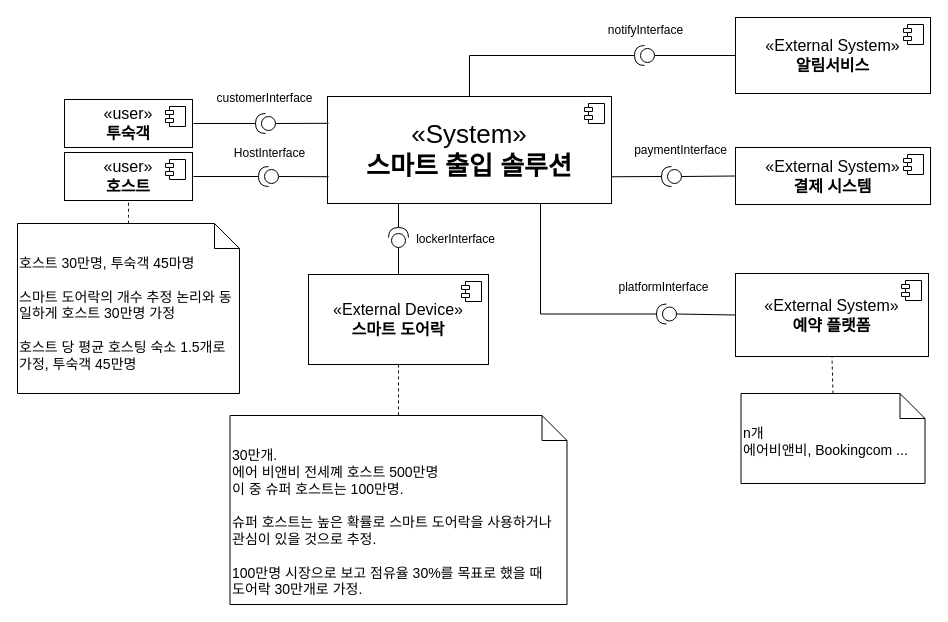
GeniusHoon/barokey keeps this draw.io diagram as SystemContext.drawio. Above is the earlier version. Source tidied: cells renumbered, new cells numbered last; positions are measured from the earlier drawing's top-left corner, leaving out a move shared by most shapes. Both pictures are drawn from the tidied source at 100%, with x=0, y=0 at pixel (17, 17).
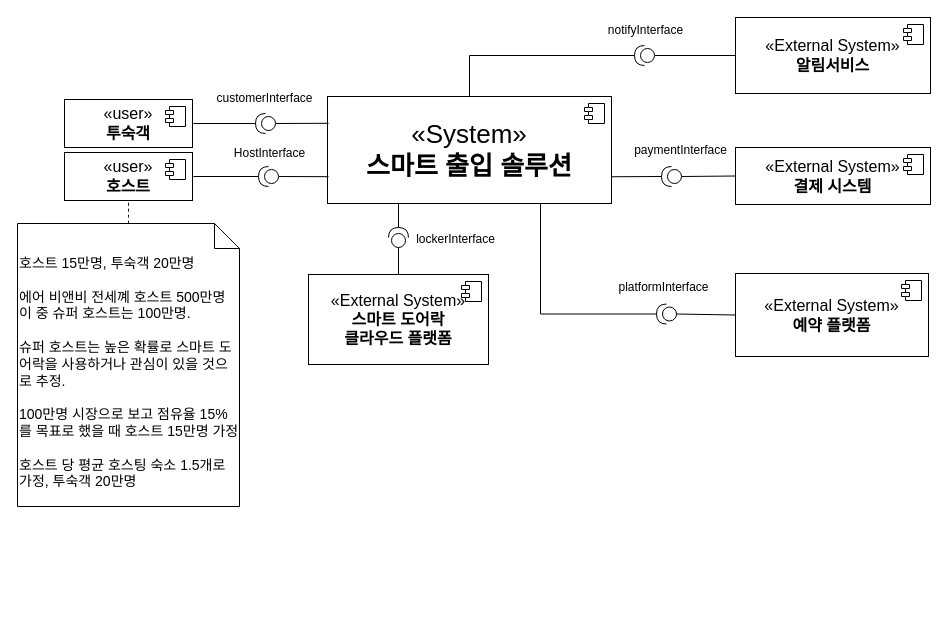
The same page after the edit.

Unchanged cells that the change refers to:
```xml
<mxCell id="14" value="«External System»&lt;br&gt;&lt;b&gt;예약 플랫폼&lt;/b&gt;" style="html=1;whiteSpace=wrap;fontSize=16;" parent="1" vertex="1">
  <mxGeometry x="718" y="256" width="193" height="83" as="geometry" />
</mxCell>
```

Diff of the diagram source:
```diff
@@
-    <mxCell id="4" value="«External Device»&lt;br&gt;&lt;b&gt;스마트 도어락&lt;/b&gt;" style="html=1;whiteSpace=wrap;fontSize=16;" parent="1" vertex="1">
+    <mxCell id="4" value="«External System»&lt;br&gt;&lt;b&gt;스마트 도어락&lt;/b&gt;&lt;div&gt;&lt;b&gt;클라우드 플랫폼&lt;/b&gt;&lt;/div&gt;" style="html=1;whiteSpace=wrap;fontSize=16;" parent="1" vertex="1">
       <mxGeometry x="291" y="257" width="180" height="90" as="geometry" />
     </mxCell>
@@
-    <mxCell id="41" value="&lt;div&gt;&lt;span style=&quot;font-size: 14px;&quot;&gt;호스트 30만명, 투숙객 45마명&lt;/span&gt;&lt;/div&gt;&lt;span style=&quot;font-size: 14px;&quot;&gt;&lt;div&gt;&lt;span style=&quot;font-size: 14px;&quot;&gt;&lt;br&gt;&lt;/span&gt;&lt;/div&gt;스마트 도어락의 개수 추정 논리와 동일하게 호스트 30만명 가정&lt;/span&gt;&lt;div&gt;&lt;span style=&quot;font-size: 14px;&quot;&gt;&lt;br&gt;&lt;/span&gt;&lt;/div&gt;&lt;div&gt;&lt;span style=&quot;font-size: 14px;&quot;&gt;호스트 당 평균 호스팅 숙소 1.5개로 가정, 투숙객 45만명&lt;/span&gt;&lt;/div&gt;" style="shape=note2;boundedLbl=1;html=1;size=25;verticalAlign=top;align=left;spacing=2;whiteSpace=wrap;spacingBottom=0;fontSize=12;" parent="1" vertex="1">
-      <mxGeometry y="206" width="222" height="170" as="geometry" />
+    <mxCell id="41" value="&lt;div&gt;&lt;span style=&quot;font-size: 14px;&quot;&gt;호스트 15만명, 투숙객 20만명&lt;/span&gt;&lt;/div&gt;&lt;span style=&quot;font-size: 14px;&quot;&gt;&lt;div&gt;&lt;span style=&quot;font-size: 14px;&quot;&gt;&lt;br&gt;&lt;/span&gt;&lt;/div&gt;&lt;div&gt;&lt;div style=&quot;font-size: 12px;&quot;&gt;&lt;span style=&quot;font-size: 14px; background-color: transparent; color: light-dark(rgb(0, 0, 0), rgb(255, 255, 255));&quot;&gt;에어 비앤비 전세꼐 호스트 500만명&lt;/span&gt;&lt;/div&gt;&lt;div style=&quot;font-size: 12px;&quot;&gt;&lt;font style=&quot;font-size: 14px;&quot;&gt;이 중 슈퍼 호스트는 100만명.&lt;/font&gt;&lt;/div&gt;&lt;div style=&quot;font-size: 12px;&quot;&gt;&lt;font style=&quot;font-size: 14px;&quot;&gt;&lt;br&gt;&lt;/font&gt;&lt;/div&gt;&lt;div style=&quot;font-size: 12px;&quot;&gt;&lt;font style=&quot;font-size: 14px;&quot;&gt;슈퍼 호스트는 높은 확률로 스마트 도어락을 사용하거나 관심이 있을 것으로 추정.&lt;/font&gt;&lt;/div&gt;&lt;div style=&quot;font-size: 12px;&quot;&gt;&lt;font style=&quot;font-size: 14px;&quot;&gt;&lt;br&gt;&lt;/font&gt;&lt;/div&gt;&lt;div style=&quot;font-size: 12px;&quot;&gt;&lt;font style=&quot;font-size: 14px;&quot;&gt;100만명 시장으로 보고 점유율 15%를 목표로 했을 때&amp;nbsp;&lt;/font&gt;&lt;span style=&quot;background-color: transparent; color: light-dark(rgb(0, 0, 0), rgb(255, 255, 255)); font-size: 14px;&quot;&gt;호스트 15만명 가정&lt;/span&gt;&lt;/div&gt;&lt;/div&gt;&lt;/span&gt;&lt;div&gt;&lt;span style=&quot;font-size: 14px;&quot;&gt;&lt;br&gt;&lt;/span&gt;&lt;/div&gt;&lt;div&gt;&lt;span style=&quot;font-size: 14px;&quot;&gt;호스트 당 평균 호스팅 숙소 1.5개로 가정, 투숙객 20만명&lt;/span&gt;&lt;/div&gt;" style="shape=note2;boundedLbl=1;html=1;size=25;verticalAlign=top;align=left;spacing=2;whiteSpace=wrap;spacingBottom=0;fontSize=12;" parent="1" vertex="1">
+      <mxGeometry y="206" width="222" height="283" as="geometry" />
     </mxCell>
-    <mxCell id="42" value="&lt;div&gt;&lt;font style=&quot;font-size: 14px;&quot;&gt;30만개.&lt;/font&gt;&lt;/div&gt;&lt;font style=&quot;font-size: 14px;&quot;&gt;에어 비앤비 전세꼐 호스트 500만명&lt;/font&gt;&lt;div&gt;&lt;font style=&quot;font-size: 14px;&quot;&gt;이 중 슈퍼 호스트는 100만명.&lt;/font&gt;&lt;/div&gt;&lt;div&gt;&lt;font style=&quot;font-size: 14px;&quot;&gt;&lt;br&gt;&lt;/font&gt;&lt;/div&gt;&lt;div&gt;&lt;font style=&quot;font-size: 14px;&quot;&gt;슈퍼 호스트는 높은 확률로 스마트 도어락을 사용하거나 관심이 있을 것으로 추정.&lt;/font&gt;&lt;/div&gt;&lt;div&gt;&lt;font style=&quot;font-size: 14px;&quot;&gt;&lt;br&gt;&lt;/font&gt;&lt;/div&gt;&lt;div&gt;&lt;font style=&quot;font-size: 14px;&quot;&gt;100만명 시장으로 보고 점유율 30%를 목표로 했을 때&lt;/font&gt;&lt;/div&gt;&lt;div&gt;&lt;font style=&quot;font-size: 14px;&quot;&gt;도어락 30만개로 가정.&lt;/font&gt;&lt;/div&gt;" style="shape=note2;boundedLbl=1;html=1;size=25;verticalAlign=top;align=left;spacing=2;whiteSpace=wrap;spacingBottom=0;fontSize=12;" parent="1" vertex="1">
-      <mxGeometry x="212.5" y="398" width="337" height="189" as="geometry" />
-    </mxCell>
-    <mxCell id="43" style="edgeStyle=none;curved=1;rounded=0;jettySize=auto;html=1;exitX=0.5;exitY=1;exitDx=0;exitDy=0;entryX=0.5;entryY=0;entryDx=0;entryDy=0;entryPerimeter=0;fontSize=12;startSize=8;endSize=8;dashed=1;endArrow=none;endFill=0;" parent="1" edge="1" source="4" target="42">
-      <mxGeometry relative="1" as="geometry" />
-    </mxCell>
-    <mxCell id="44" style="edgeStyle=none;shape=connector;curved=1;rounded=0;jettySize=auto;html=1;exitX=0.5;exitY=0;exitDx=0;exitDy=0;exitPerimeter=0;entryX=0.5;entryY=1;entryDx=0;entryDy=0;dashed=1;strokeColor=default;align=center;verticalAlign=middle;fontFamily=Helvetica;fontSize=12;fontColor=default;labelBackgroundColor=default;startSize=8;endArrow=none;endFill=0;endSize=8;" parent="1" edge="1" source="45" target="14">
-      <mxGeometry relative="1" as="geometry" />
-    </mxCell>
-    <mxCell id="45" value="&lt;div&gt;&lt;span style=&quot;font-size: 14px;&quot;&gt;n개&lt;/span&gt;&lt;/div&gt;&lt;div&gt;&lt;span style=&quot;font-size: 14px;&quot;&gt;에어비앤비, Bookingcom ...&lt;/span&gt;&lt;/div&gt;" style="shape=note2;boundedLbl=1;html=1;size=25;verticalAlign=top;align=left;spacing=2;whiteSpace=wrap;spacingBottom=0;fontSize=12;" parent="1" vertex="1">
-      <mxGeometry x="723.5" y="376" width="184" height="90" as="geometry" />
-    </mxCell>
```
